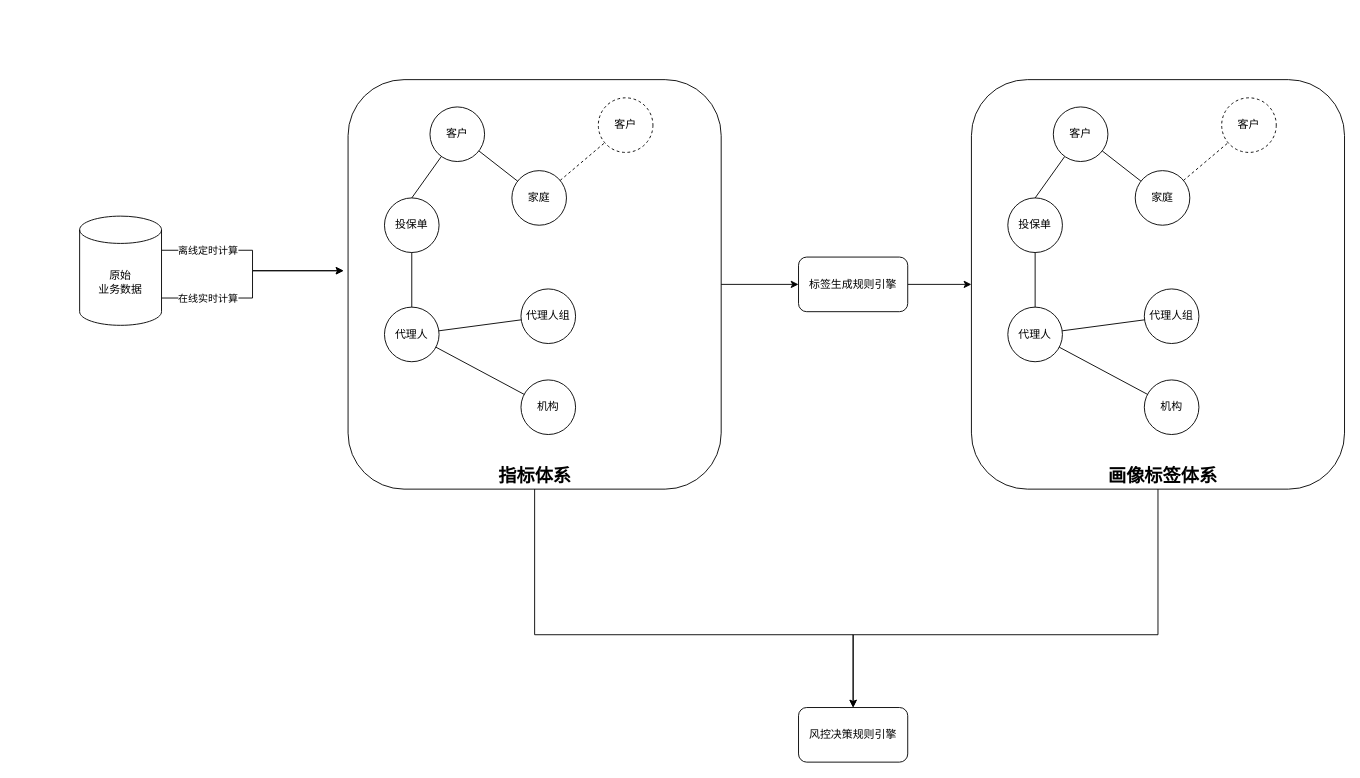
Above: 太平/核保体系.drawio in XiaoLiuAI/diagrams (draw.io), before the change. Source tidied: cells renumbered, new cells numbered last; positions are measured from the earlier drawing's top-left corner, leaving out a move shared by most shapes. Both pictures are drawn from the tidied source at 91%, with x=0, y=0 at pixel (79, 79).
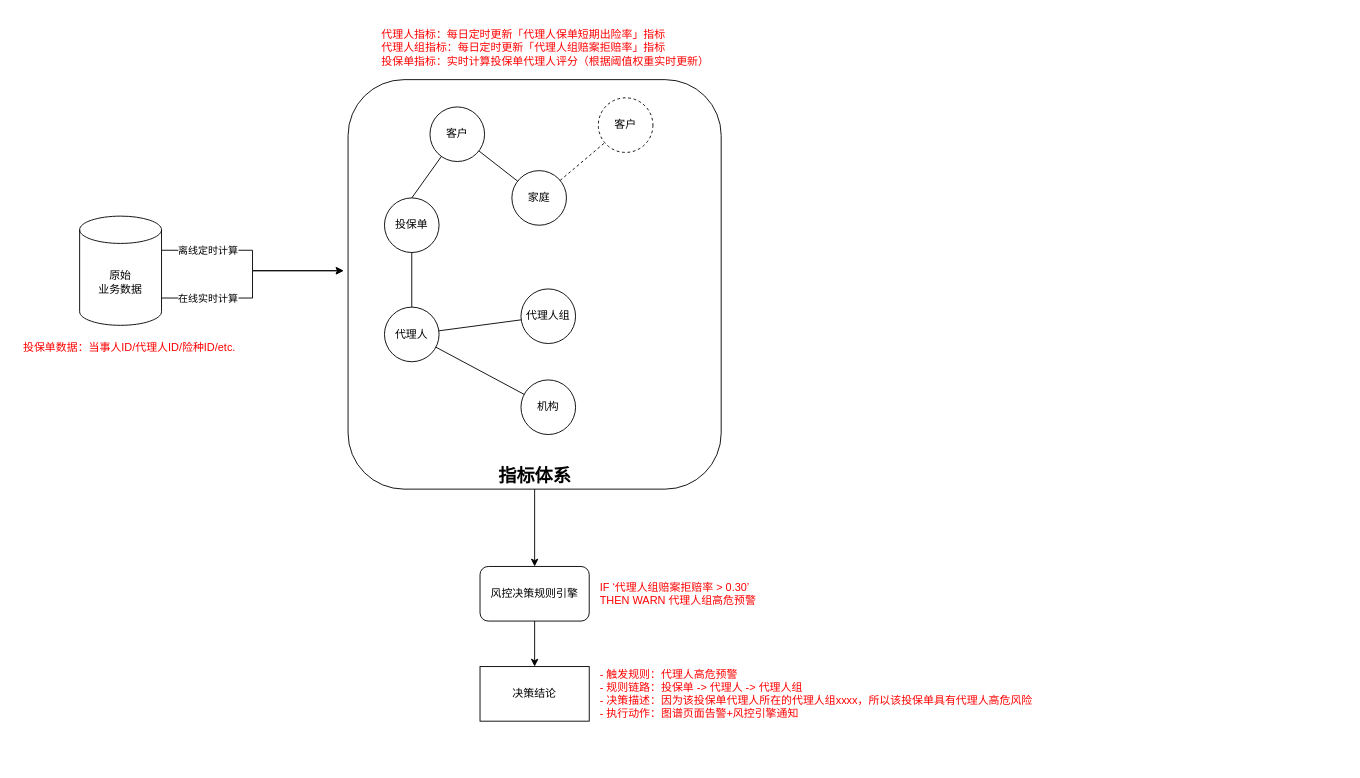
The same page after the edit.

The change refers to these unchanged cells:
```xml
<mxCell id="8" style="rounded=1;whiteSpace=wrap;html=1;fillColor=none;" parent="7" vertex="1">
  <mxGeometry width="410" height="450" as="geometry" />
</mxCell>
```

The edit, as a diff of the source:
```diff
@@
-    <mxCell id="23" style="group;" parent="1" vertex="1">
-      <mxGeometry x="980" width="410" height="450" as="geometry" />
-    </mxCell>
-    <mxCell id="24" style="rounded=1;whiteSpace=wrap;html=1;fillColor=none;" parent="23" vertex="1">
-      <mxGeometry width="410" height="450" as="geometry" />
-    </mxCell>
-    <mxCell id="25" value="投保单" style="ellipse;whiteSpace=wrap;html=1;" parent="23" vertex="1">
-      <mxGeometry x="40" y="130" width="60" height="60" as="geometry" />
-    </mxCell>
-    <mxCell id="26" style="rounded=0;jettySize=auto;html=1;entryX=0.5;entryY=0;entryDx=0;entryDy=0;endArrow=none;endFill=0;" parent="23" edge="1" source="27" target="25">
-      <mxGeometry relative="1" as="geometry" />
-    </mxCell>
-    <mxCell id="27" value="客户" style="ellipse;whiteSpace=wrap;html=1;" parent="23" vertex="1">
-      <mxGeometry x="90" y="30" width="60" height="60" as="geometry" />
-    </mxCell>
-    <mxCell id="28" value="代理人" style="ellipse;whiteSpace=wrap;html=1;" parent="23" vertex="1">
-      <mxGeometry x="40" y="250" width="60" height="60" as="geometry" />
-    </mxCell>
-    <mxCell id="29" style="rounded=0;jettySize=auto;html=1;endArrow=none;endFill=0;" parent="23" edge="1" source="25" target="28">
-      <mxGeometry relative="1" as="geometry" />
-    </mxCell>
-    <mxCell id="30" value="代理人组" style="ellipse;whiteSpace=wrap;html=1;" parent="23" vertex="1">
-      <mxGeometry x="190" y="230" width="60" height="60" as="geometry" />
-    </mxCell>
-    <mxCell id="31" style="rounded=0;jettySize=auto;html=1;endArrow=none;endFill=0;" parent="23" edge="1" source="28" target="30">
-      <mxGeometry relative="1" as="geometry" />
-    </mxCell>
-    <mxCell id="32" value="家庭" style="ellipse;whiteSpace=wrap;html=1;" parent="23" vertex="1">
-      <mxGeometry x="180" y="100" width="60" height="60" as="geometry" />
-    </mxCell>
-    <mxCell id="33" style="rounded=0;jettySize=auto;html=1;endArrow=none;endFill=0;" parent="23" edge="1" source="27" target="32">
-      <mxGeometry relative="1" as="geometry" />
-    </mxCell>
-    <mxCell id="34" value="机构" style="ellipse;whiteSpace=wrap;html=1;" parent="23" vertex="1">
-      <mxGeometry x="190" y="330" width="60" height="60" as="geometry" />
-    </mxCell>
-    <mxCell id="35" style="rounded=0;jettySize=auto;html=1;endArrow=none;endFill=0;" parent="23" edge="1" source="28" target="34">
-      <mxGeometry relative="1" as="geometry" />
-    </mxCell>
-    <mxCell id="36" value="客户" style="ellipse;whiteSpace=wrap;html=1;dashed=1;" parent="23" vertex="1">
-      <mxGeometry x="275" y="20" width="60" height="60" as="geometry" />
-    </mxCell>
-    <mxCell id="37" style="rounded=0;jettySize=auto;html=1;endArrow=none;endFill=0;dashed=1;" parent="23" edge="1" source="32" target="36">
-      <mxGeometry relative="1" as="geometry" />
-    </mxCell>
-    <mxCell id="38" value="&lt;b&gt;画像标签体系&lt;/b&gt;" style="text;html=1;strokeColor=none;fillColor=none;align=center;verticalAlign=middle;whiteSpace=wrap;rounded=0;fontSize=20;" parent="23" vertex="1">
-      <mxGeometry x="138.8" y="420" width="142.5" height="30" as="geometry" />
-    </mxCell>
-    <mxCell id="39" style="edgeStyle=orthogonalEdgeStyle;rounded=0;jettySize=auto;html=1;" parent="1" edge="1" source="40" target="24">
-      <mxGeometry relative="1" as="geometry" />
-    </mxCell>
-    <mxCell id="40" value="标签生成规则引擎" style="rounded=1;whiteSpace=wrap;html=1;" parent="1" vertex="1">
-      <mxGeometry x="790" y="195" width="120" height="60" as="geometry" />
-    </mxCell>
-    <mxCell id="41" style="edgeStyle=orthogonalEdgeStyle;rounded=0;jettySize=auto;html=1;" parent="1" edge="1" source="8" target="40">
-      <mxGeometry relative="1" as="geometry" />
-    </mxCell>
+    <mxCell id="45" style="edgeStyle=orthogonalEdgeStyle;rounded=0;jettySize=auto;html=1;entryX=0.5;entryY=0;entryDx=0;entryDy=0;" parent="1" edge="1" source="42" target="46">
+      <mxGeometry relative="1" as="geometry" />
+    </mxCell>
     <mxCell id="42" value="风控决策规则引擎" style="rounded=1;whiteSpace=wrap;html=1;" parent="1" vertex="1">
-      <mxGeometry x="790" y="690" width="120" height="60" as="geometry" />
+      <mxGeometry x="440" y="535" width="120" height="60" as="geometry" />
     </mxCell>
+    <mxCell id="46" value="决策结论" style="rounded=0;whiteSpace=wrap;html=1;" parent="1" vertex="1">
+      <mxGeometry x="440" y="645" width="120" height="60" as="geometry" />
+    </mxCell>
+    <mxCell id="47" value="&lt;font color=&quot;#ff0000&quot;&gt;- 触发规则：代理人高危预警&lt;br&gt;- 规则链路：投保单 -&amp;gt; 代理人 -&amp;gt; 代理人组&lt;br&gt;- 决策描述：因为该投保单代理人所在的代理人组xxxx，所以该投保单具有代理人高危风险&lt;br&gt;- 执行动作：图谱页面告警+风控引擎通知&lt;/font&gt;" style="text;html=1;strokeColor=none;fillColor=none;align=left;verticalAlign=middle;whiteSpace=wrap;rounded=0;" parent="1" vertex="1">
+      <mxGeometry x="570" y="640" width="520" height="70" as="geometry" />
+    </mxCell>
+    <mxCell id="48" value="投保单数据：当事人ID/代理人ID/险种ID/etc." style="text;html=1;strokeColor=none;fillColor=none;align=center;verticalAlign=middle;whiteSpace=wrap;rounded=0;fontColor=#FF0000;" parent="1" vertex="1">
+      <mxGeometry x="-70" y="280" width="250" height="30" as="geometry" />
+    </mxCell>
+    <mxCell id="49" value="代理人指标：每日定时更新「代理人保单短期出险率」指标&lt;br&gt;代理人组指标：每日定时更新「代理人组赔案拒赔率」指标&lt;br&gt;投保单指标：实时计算投保单代理人评分（根据阈值权重实时更新）" style="text;html=1;strokeColor=none;fillColor=none;align=left;verticalAlign=middle;whiteSpace=wrap;rounded=0;fontColor=#FF0000;" parent="1" vertex="1">
+      <mxGeometry x="330" y="-70" width="370" height="70" as="geometry" />
+    </mxCell>
+    <mxCell id="50" value="IF &lt;span style=&quot;background-color: initial;&quot;&gt;‘代理人组赔案拒赔率 &amp;gt; 0.30’&lt;br&gt;THEN WARN 代理人组高危预警&lt;br&gt;&lt;/span&gt;" style="text;html=1;strokeColor=none;fillColor=none;align=left;verticalAlign=middle;whiteSpace=wrap;rounded=0;fontColor=#FF0000;" parent="1" vertex="1">
+      <mxGeometry x="570" y="540" width="210" height="50" as="geometry" />
+    </mxCell>
     <mxCell id="43" style="edgeStyle=orthogonalEdgeStyle;rounded=0;jettySize=auto;html=1;" parent="1" edge="1" source="8" target="42">
-      <mxGeometry relative="1" as="geometry">
-        <Array as="points">
-          <mxPoint x="500" y="610" />
-          <mxPoint x="850" y="610" />
-        </Array>
-      </mxGeometry>
+      <mxGeometry relative="1" as="geometry" />
     </mxCell>
-    <mxCell id="44" style="edgeStyle=orthogonalEdgeStyle;rounded=0;jettySize=auto;html=1;entryX=0.5;entryY=0;entryDx=0;entryDy=0;" parent="1" edge="1" source="24" target="42">
-      <mxGeometry relative="1" as="geometry">
-        <Array as="points">
-          <mxPoint x="1185" y="610" />
-          <mxPoint x="850" y="610" />
-        </Array>
-      </mxGeometry>
-    </mxCell>
```
